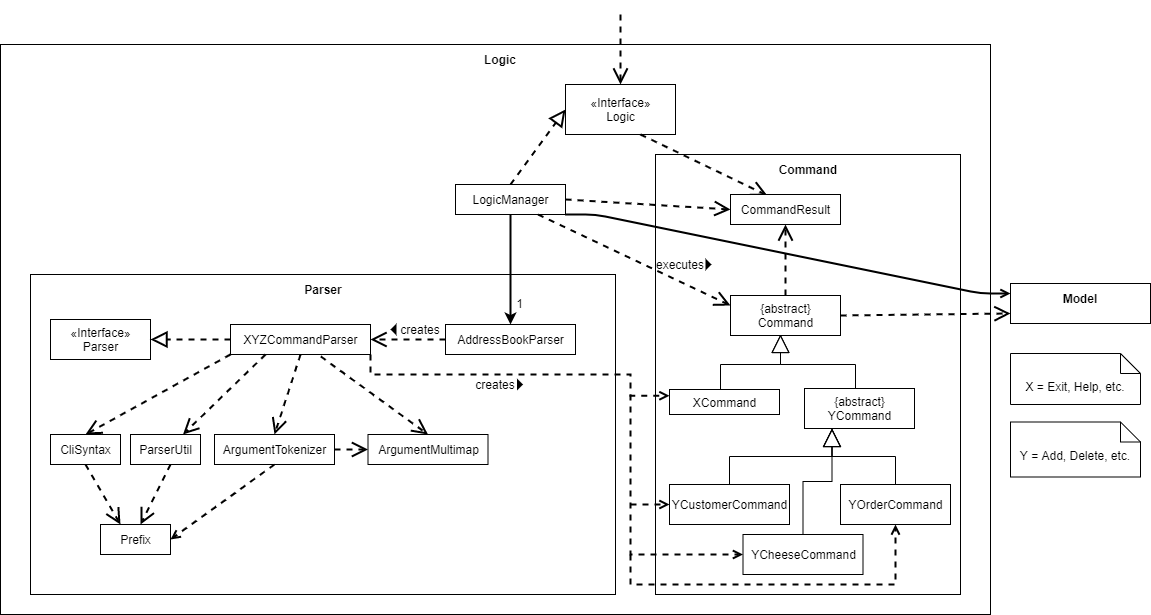
nus-cs2103-AY2021S2/tp keeps this draw.io diagram as docs/images/LogicClassDiagram_CHIM.png. Above is the earlier version. Source tidied: cells renumbered, new cells last; positions are measured from the earlier drawing's top-left corner, leaving out a move shared by most shapes.
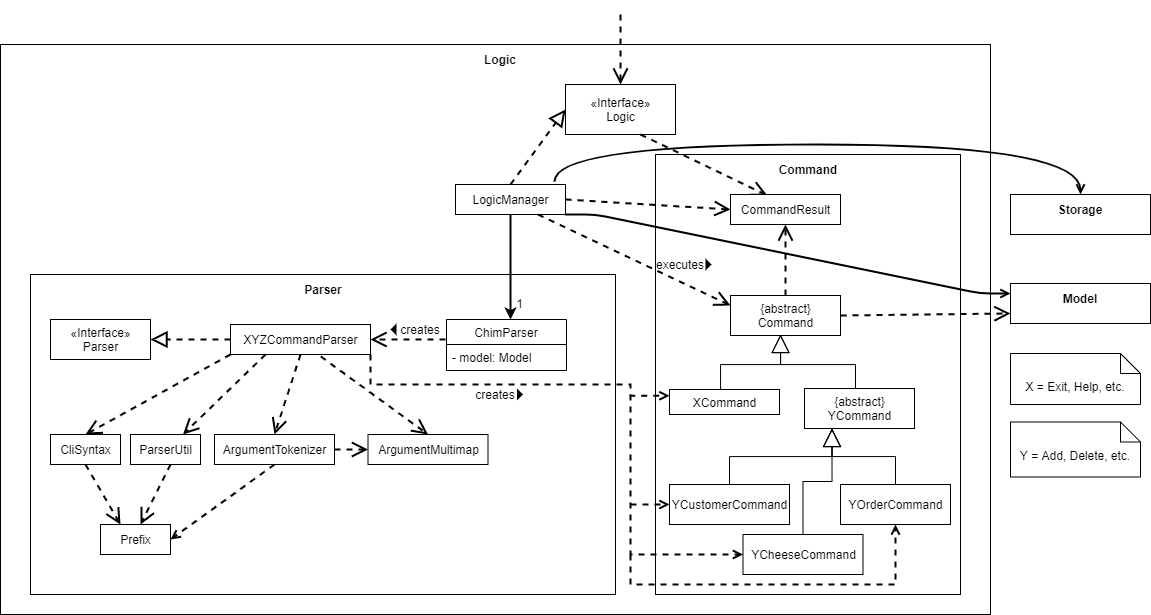
The same file after the commit.

Change to the diagram source:
```diff
@@ -19,8 +19,10 @@
         <mxPoint x="620" as="sourcePoint" />
       </mxGeometry>
     </mxCell>
-    <mxCell id="7" style="edgeStyle=orthogonalEdgeStyle;rounded=0;jettySize=auto;html=1;exitX=0.5;exitY=1;exitDx=0;exitDy=0;strokeColor=#000000;fontColor=none;strokeWidth=2;" parent="1" edge="1" source="8" target="14">
-      <mxGeometry relative="1" as="geometry" />
+    <mxCell id="7" style="edgeStyle=orthogonalEdgeStyle;rounded=0;jettySize=auto;html=1;exitX=0.5;exitY=1;exitDx=0;exitDy=0;strokeColor=#000000;fontColor=none;strokeWidth=2;" parent="1" edge="1" source="8">
+      <mxGeometry relative="1" as="geometry">
+        <mxPoint x="510" y="305" as="targetPoint" />
+      </mxGeometry>
     </mxCell>
     <mxCell id="8" value="LogicManager" style="html=1;fontColor=none;" parent="1" vertex="1">
       <mxGeometry x="455" y="170" width="110" height="30" as="geometry" />
@@ -40,9 +42,6 @@
     <mxCell id="13" value="{abstract}&lt;br&gt;YCommand" style="html=1;fontColor=none;" parent="1" vertex="1">
       <mxGeometry x="804" y="374" width="110" height="40" as="geometry" />
     </mxCell>
-    <mxCell id="14" value="AddressBookParser" style="html=1;fontColor=none;" parent="1" vertex="1">
-      <mxGeometry x="445" y="310" width="130" height="30" as="geometry" />
-    </mxCell>
     <mxCell id="15" value="&lt;b&gt;&lt;font style=&quot;font-size: 12px&quot;&gt;Parser&lt;/font&gt;&lt;/b&gt;" style="text;html=1;strokeColor=none;fillColor=none;align=center;verticalAlign=middle;whiteSpace=wrap;rounded=0;" parent="1" vertex="1">
       <mxGeometry x="277.5" y="260" width="90" height="30" as="geometry" />
     </mxCell>
@@ -90,8 +89,10 @@
         </Array>
       </mxGeometry>
     </mxCell>
-    <mxCell id="27" value="Use" style="endArrow=open;endSize=12;dashed=1;html=1;noLabel=1;fontColor=none;exitX=0;exitY=0.5;exitDx=0;exitDy=0;entryX=1;entryY=0.5;entryDx=0;entryDy=0;strokeWidth=2;" parent="1" edge="1" source="14" target="16">
-      <mxGeometry relative="1" as="geometry" />
+    <mxCell id="27" value="Use" style="endArrow=open;endSize=12;dashed=1;html=1;noLabel=1;fontColor=none;exitX=0;exitY=0.5;exitDx=0;exitDy=0;entryX=1;entryY=0.5;entryDx=0;entryDy=0;strokeWidth=2;" parent="1" edge="1" target="16">
+      <mxGeometry relative="1" as="geometry">
+        <mxPoint x="445" y="325" as="sourcePoint" />
+      </mxGeometry>
     </mxCell>
     <mxCell id="28" value="Use" style="endArrow=open;endSize=12;dashed=1;html=1;noLabel=1;fontColor=none;exitX=0.645;exitY=1.067;exitDx=0;exitDy=0;entryX=0.5;entryY=0;entryDx=0;entryDy=0;strokeWidth=2;exitPerimeter=0;" parent="1" edge="1" source="16" target="19">
       <mxGeometry relative="1" as="geometry" />
@@ -132,8 +133,8 @@
       <mxGeometry relative="1" as="geometry">
         <mxPoint x="370" y="340" as="sourcePoint" />
         <Array as="points">
-          <mxPoint x="370" y="360" />
-          <mxPoint x="630" y="360" />
+          <mxPoint x="370" y="370" />
+          <mxPoint x="630" y="370" />
           <mxPoint x="630" y="381" />
         </Array>
       </mxGeometry>
@@ -216,10 +217,10 @@
       <mxGeometry x="475" y="360" width="47.5" height="20" as="geometry" />
     </mxCell>
     <mxCell id="57" value="creates" style="text;html=1;strokeColor=none;fillColor=none;align=center;verticalAlign=middle;whiteSpace=wrap;rounded=0;fontColor=none;" parent="56" vertex="1">
-      <mxGeometry width="40" height="20" as="geometry" />
+      <mxGeometry y="10" width="40" height="20" as="geometry" />
     </mxCell>
     <mxCell id="58" style="triangle;fillColor=#000000;fontSize=6;fontColor=none;strokeColor=none;" parent="56" vertex="1">
-      <mxGeometry x="41.5" y="4" width="6" height="12" as="geometry" />
+      <mxGeometry x="41.5" y="14" width="6" height="12" as="geometry" />
     </mxCell>
     <mxCell id="59" style="group;" parent="1" vertex="1">
       <mxGeometry x="390" y="309" width="60" height="12" as="geometry" />
@@ -258,5 +259,28 @@
     <mxCell id="68" style="triangle;fillColor=#000000;fontSize=6;fontColor=none;strokeColor=none;" parent="66" vertex="1">
       <mxGeometry x="45" y="4" width="6" height="12" as="geometry" />
     </mxCell>
+    <mxCell id="69" style="group;" parent="1" vertex="1">
+      <mxGeometry x="1010" y="180" width="140" height="40" as="geometry" />
+    </mxCell>
+    <mxCell id="70" style="rounded=0;whiteSpace=wrap;html=1;" parent="69" vertex="1">
+      <mxGeometry width="140" height="40" as="geometry" />
+    </mxCell>
+    <mxCell id="71" value="&lt;b&gt;&lt;font style=&quot;font-size: 12px&quot;&gt;Storage&lt;/font&gt;&lt;/b&gt;" style="text;html=1;strokeColor=none;fillColor=none;align=center;verticalAlign=middle;whiteSpace=wrap;rounded=0;" parent="69" vertex="1">
+      <mxGeometry x="25" width="90" height="30" as="geometry" />
+    </mxCell>
+    <mxCell id="72" style="endArrow=open;html=1;strokeColor=#000000;fontColor=none;strokeWidth=2;jumpStyle=none;endFill=0;entryX=0.5;entryY=0;entryDx=0;entryDy=0;exitX=0.9;exitY=-0.1;exitDx=0;exitDy=0;edgeStyle=elbowEdgeStyle;curved=1;exitPerimeter=0;" parent="1" edge="1" source="8" target="71">
+      <mxGeometry relative="1" as="geometry">
+        <Array as="points">
+          <mxPoint x="1080" y="130" />
+          <mxPoint x="820" y="130" />
+        </Array>
+      </mxGeometry>
+    </mxCell>
+    <mxCell id="73" value="ChimParser" style="swimlane;fontStyle=0;horizontal=1;startSize=25;fillColor=none;" parent="1" vertex="1">
+      <mxGeometry x="446" y="305" width="120" height="51" as="geometry" />
+    </mxCell>
+    <mxCell id="74" value="- model: Model" style="text;strokeColor=none;fillColor=none;align=left;verticalAlign=top;spacingLeft=4;spacingRight=4;overflow=hidden;" parent="73" vertex="1">
+      <mxGeometry y="25" width="120" height="26" as="geometry" />
+    </mxCell>
   </root>
 </mxGraphModel>
```
